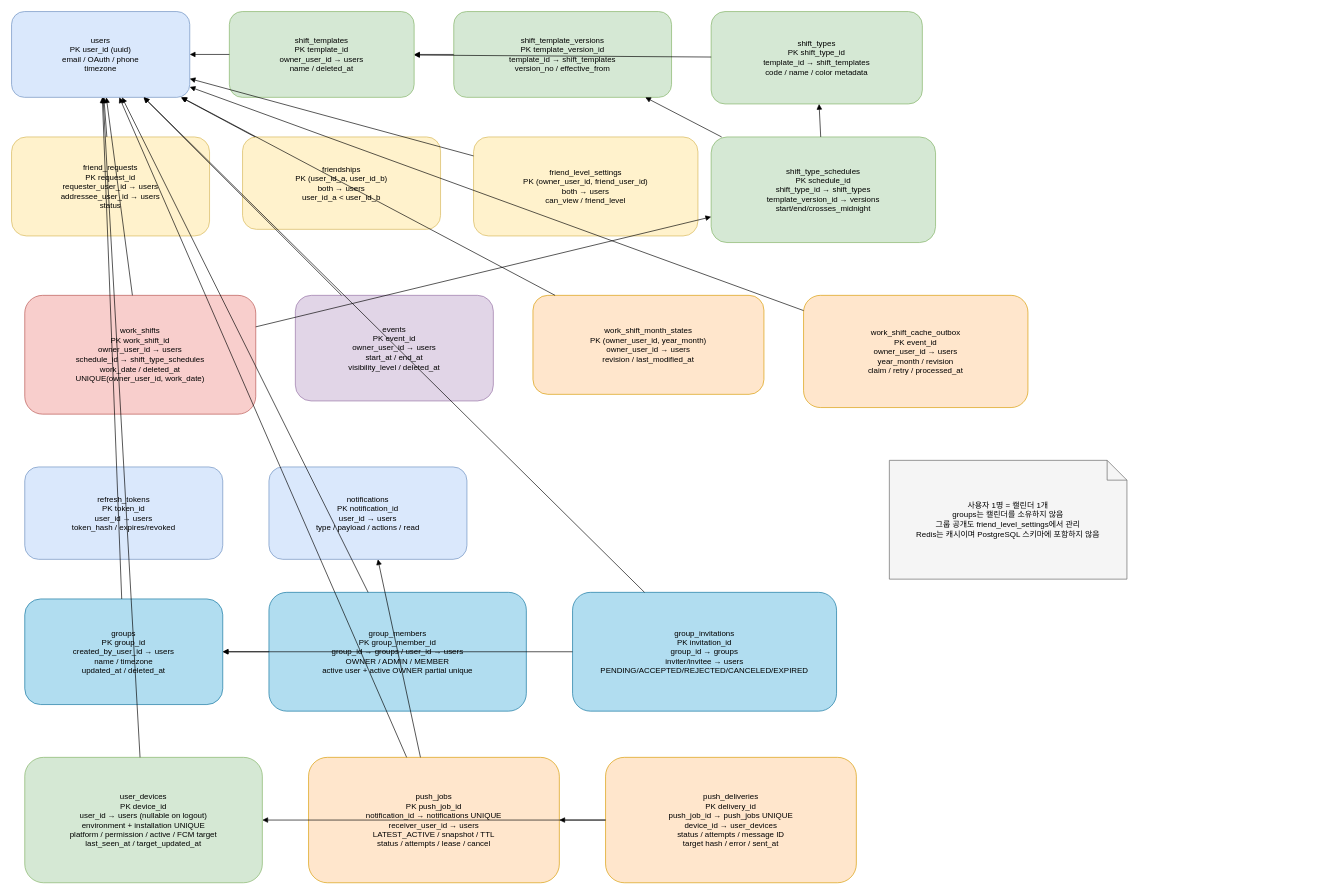
hspark-1/shift_calendar_server keeps this draw.io diagram as schema.drawio. Above is the earlier version. Source tidied: cells renumbered, new cells numbered last; positions are measured from the earlier drawing's top-left corner, leaving out a move shared by most shapes. Both pictures are drawn from the tidied source at 66%, with x=0, y=0 at pixel (11, 11).
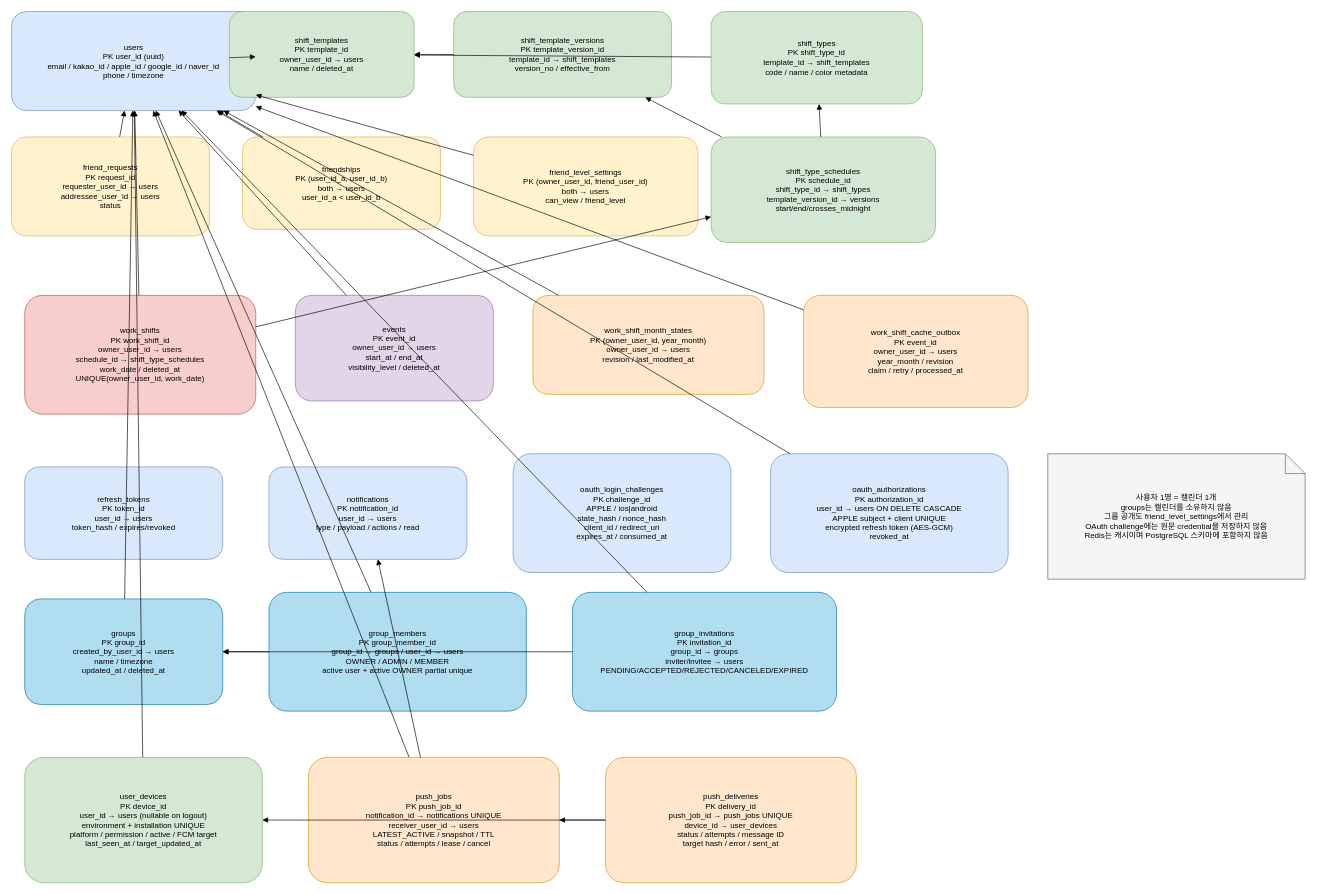
The same diagram, later.

Change to the diagram source:
```diff
@@
-    <mxCell id="2" value="users&#10;PK user_id (uuid)&#10;email / OAuth / phone&#10;timezone" style="rounded=1;whiteSpace=wrap;html=1;fillColor=#dae8fc;strokeColor=#6c8ebf;" parent="1" vertex="1">
-      <mxGeometry width="270" height="130" as="geometry" />
+    <mxCell id="2" value="users&#10;PK user_id (uuid)&#10;email / kakao_id / apple_id / google_id / naver_id&#10;phone / timezone" style="rounded=1;whiteSpace=wrap;html=1;fillColor=#dae8fc;strokeColor=#6c8ebf;" parent="1" vertex="1">
+      <mxGeometry width="370" height="150" as="geometry" />
     </mxCell>
@@
+    <mxCell id="46" value="oauth_login_challenges&#10;PK challenge_id&#10;APPLE / ios|android&#10;state_hash / nonce_hash&#10;client_id / redirect_uri&#10;expires_at / consumed_at" style="rounded=1;whiteSpace=wrap;html=1;fillColor=#dae8fc;strokeColor=#6c8ebf;" parent="1" vertex="1">
+      <mxGeometry x="760" y="670" width="330" height="180" as="geometry" />
+    </mxCell>
+    <mxCell id="47" value="oauth_authorizations&#10;PK authorization_id&#10;user_id → users ON DELETE CASCADE&#10;APPLE subject + client UNIQUE&#10;encrypted refresh token (AES-GCM)&#10;revoked_at" style="rounded=1;whiteSpace=wrap;html=1;fillColor=#dae8fc;strokeColor=#6c8ebf;" parent="1" vertex="1">
+      <mxGeometry x="1150" y="670" width="360" height="180" as="geometry" />
+    </mxCell>
@@
-    <mxCell id="22" value="사용자 1명 = 캘린더 1개&#10;groups는 캘린더를 소유하지 않음&#10;그룹 공개도 friend_level_settings에서 관리&#10;Redis는 캐시이며 PostgreSQL 스키마에 포함하지 않음" style="shape=note;whiteSpace=wrap;html=1;fillColor=#f5f5f5;strokeColor=#666666;" parent="1" vertex="1">
-      <mxGeometry x="1330" y="680" width="360" height="180" as="geometry" />
+    <mxCell id="22" value="사용자 1명 = 캘린더 1개&#10;groups는 캘린더를 소유하지 않음&#10;그룹 공개도 friend_level_settings에서 관리&#10;OAuth challenge에는 원문 credential을 저장하지 않음&#10;Redis는 캐시이며 PostgreSQL 스키마에 포함하지 않음" style="shape=note;whiteSpace=wrap;html=1;fillColor=#f5f5f5;strokeColor=#666666;" parent="1" vertex="1">
+      <mxGeometry x="1570" y="670" width="390" height="190" as="geometry" />
     </mxCell>
@@
+    <mxCell id="48" style="endArrow=block;html=1;" parent="1" edge="1" source="47" target="2">
+      <mxGeometry relative="1" as="geometry" />
+    </mxCell>
```
